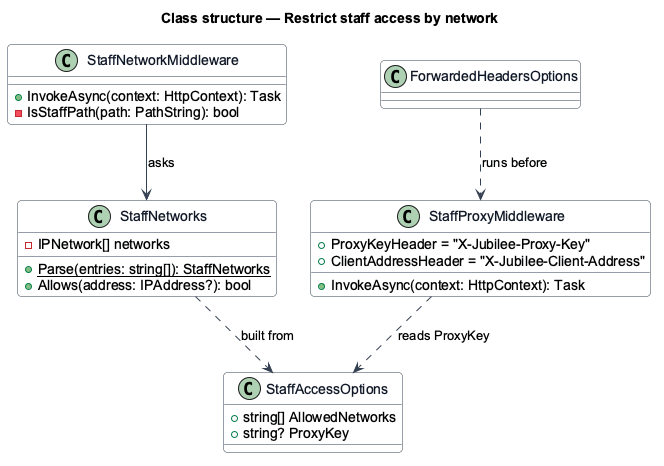
QuinntyneBrown/jubilee keeps this PlantUML diagram as docs/detailed-designs/security/restrict-staff-network/diagrams/class-structure.png. Above is the earlier version.
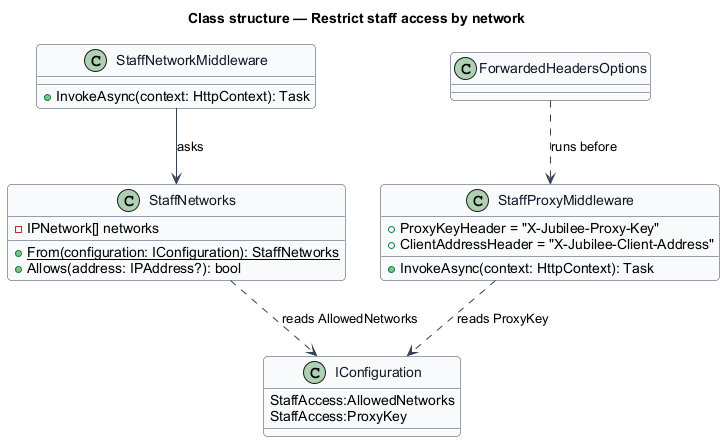
The same diagram one commit later.

Change to the diagram source:
```diff
@@ -11,18 +11,17 @@
 }
 title Class structure — Restrict staff access by network
 
-class StaffAccessOptions {
-  +string[] AllowedNetworks
-  +string? ProxyKey
+class IConfiguration {
+  StaffAccess:AllowedNetworks
+  StaffAccess:ProxyKey
 }
 class StaffNetworks {
   -IPNetwork[] networks
-  +{static} Parse(entries: string[]): StaffNetworks
+  +{static} From(configuration: IConfiguration): StaffNetworks
   +Allows(address: IPAddress?): bool
 }
 class StaffNetworkMiddleware {
   +InvokeAsync(context: HttpContext): Task
-  -IsStaffPath(path: PathString): bool
 }
 class StaffProxyMiddleware {
   +ProxyKeyHeader = "X-Jubilee-Proxy-Key"
@@ -30,8 +29,8 @@
   +InvokeAsync(context: HttpContext): Task
 }
 class ForwardedHeadersOptions
-StaffNetworks ..> StaffAccessOptions : built from
+StaffNetworks ..> IConfiguration : reads AllowedNetworks
 StaffNetworkMiddleware --> StaffNetworks : asks
-StaffProxyMiddleware ..> StaffAccessOptions : reads ProxyKey
+StaffProxyMiddleware ..> IConfiguration : reads ProxyKey
 ForwardedHeadersOptions ..> StaffProxyMiddleware : runs before
 @enduml
```
